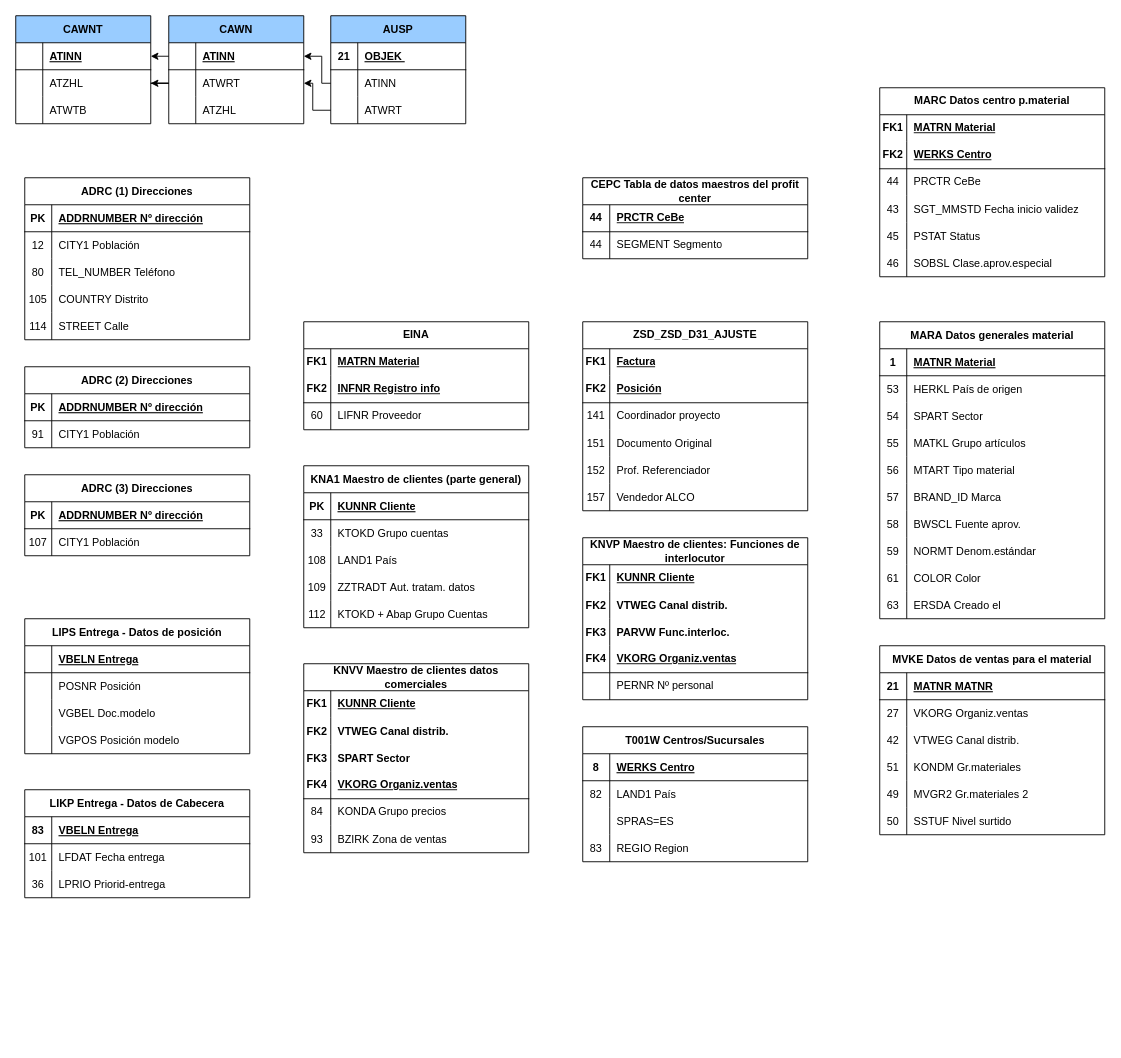
Jacarrascoh1977/Ventas_Y_Contribuciones keeps this draw.io diagram as Untitled Diagram.drawio. Above is the earlier version. Source tidied: cells renumbered, new cells numbered last; positions are measured from the earlier drawing's top-left corner, leaving out a move shared by most shapes. Both pictures are drawn from the tidied source at 90%, with x=0, y=0 at pixel (15, 15).
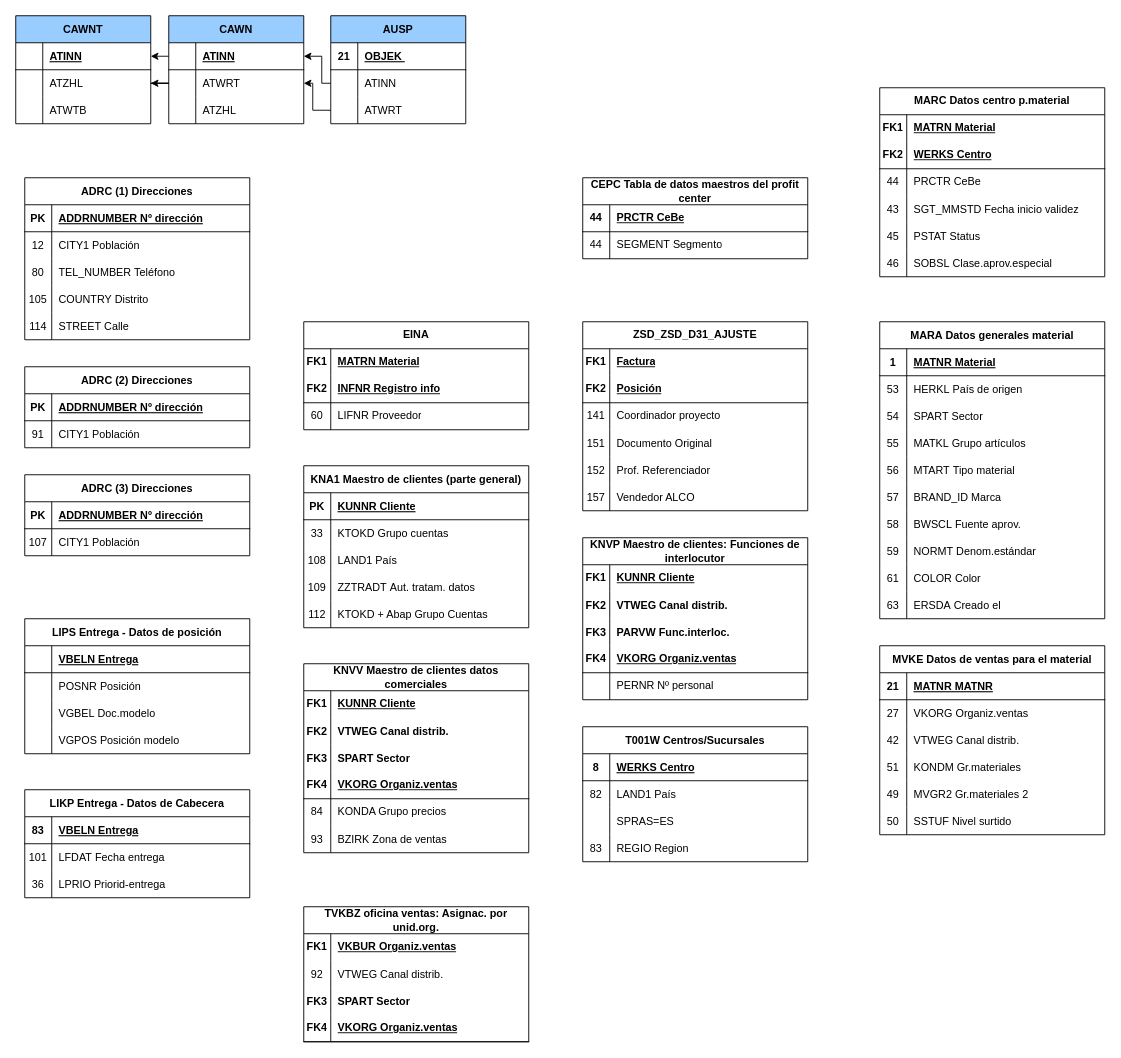
After the change.

What changed in the source:
```diff
@@
+    <mxCell id="258" value="TVKBZ&amp;nbsp;oficina ventas: Asignac. por unid.org." style="shape=table;startSize=30;childLayout=tableLayout;rowLines=0;fontStyle=1;align=center;html=1;whiteSpace=wrap;" parent="1" vertex="1">
+      <mxGeometry x="320" y="990" width="250" height="150" as="geometry" />
+    </mxCell>
+    <mxCell id="259" style="shape=tableRow;horizontal=0;startSize=0;swimlaneHead=0;swimlaneBody=0;fillColor=none;top=0;left=0;right=0;bottom=0;html=1;" parent="258" vertex="1">
+      <mxGeometry y="30" width="250" height="30" as="geometry" />
+    </mxCell>
+    <mxCell id="260" value="FK1" style="shape=partialRectangle;fillColor=none;top=0;left=0;bottom=0;right=0;fontStyle=1;overflow=hidden;html=1;whiteSpace=wrap;" parent="259" vertex="1">
+      <mxGeometry width="30" height="30" as="geometry" />
+    </mxCell>
+    <mxCell id="261" value="VKBUR&amp;nbsp;Organiz.ventas" style="shape=partialRectangle;fillColor=none;top=0;left=0;bottom=0;right=0;align=left;spacingLeft=6;fontStyle=5;overflow=hidden;html=1;whiteSpace=wrap;" parent="259" vertex="1">
+      <mxGeometry x="30" width="220" height="30" as="geometry" />
+    </mxCell>
+    <mxCell id="262" style="shape=tableRow;horizontal=0;startSize=0;swimlaneHead=0;swimlaneBody=0;fillColor=none;top=0;left=0;right=0;bottom=0;" parent="258" vertex="1">
+      <mxGeometry y="60" width="250" height="30" as="geometry" />
+    </mxCell>
+    <mxCell id="263" value="92" style="shape=partialRectangle;fillColor=none;top=0;left=0;bottom=0;right=0;overflow=hidden;fontStyle=0;" parent="262" vertex="1">
+      <mxGeometry width="30" height="30" as="geometry" />
+    </mxCell>
+    <mxCell id="264" value="VTWEG Canal distrib." style="shape=partialRectangle;fillColor=none;top=0;left=0;bottom=0;right=0;align=left;spacingLeft=6;overflow=hidden;fontStyle=0;" parent="262" vertex="1">
+      <mxGeometry x="30" width="220" height="30" as="geometry" />
+    </mxCell>
+    <mxCell id="265" style="shape=tableRow;horizontal=0;startSize=0;swimlaneHead=0;swimlaneBody=0;fillColor=none;top=0;left=0;right=0;bottom=0;" parent="258" vertex="1">
+      <mxGeometry y="90" width="250" height="30" as="geometry" />
+    </mxCell>
+    <mxCell id="266" value="FK3" style="shape=partialRectangle;fillColor=none;top=0;left=0;bottom=0;right=0;overflow=hidden;fontStyle=1;" parent="265" vertex="1">
+      <mxGeometry width="30" height="30" as="geometry" />
+    </mxCell>
+    <mxCell id="267" value="SPART Sector" style="shape=partialRectangle;fillColor=none;top=0;left=0;bottom=0;right=0;align=left;spacingLeft=6;overflow=hidden;fontStyle=1;" parent="265" vertex="1">
+      <mxGeometry x="30" width="220" height="30" as="geometry" />
+    </mxCell>
+    <mxCell id="268" style="shape=tableRow;horizontal=0;startSize=0;swimlaneHead=0;swimlaneBody=0;fillColor=none;top=0;left=0;right=0;bottom=1;html=1;" parent="258" vertex="1">
+      <mxGeometry y="120" width="250" height="30" as="geometry" />
+    </mxCell>
+    <mxCell id="269" value="FK4" style="shape=partialRectangle;fillColor=none;top=0;left=0;bottom=0;right=0;fontStyle=1;overflow=hidden;html=1;whiteSpace=wrap;" parent="268" vertex="1">
+      <mxGeometry width="30" height="30" as="geometry" />
+    </mxCell>
+    <mxCell id="270" value="VKORG&amp;nbsp;Organiz.ventas" style="shape=partialRectangle;fillColor=none;top=0;left=0;bottom=0;right=0;align=left;spacingLeft=6;fontStyle=5;overflow=hidden;html=1;whiteSpace=wrap;" parent="268" vertex="1">
+      <mxGeometry x="30" width="220" height="30" as="geometry" />
+    </mxCell>
```
